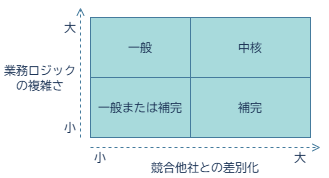
Before: documents/contents/images/app-architecture/overview/business-domain-categories-light.png, a diagram exported from draw.io (AlesInfiny/maris). Source tidied: cells renumbered, new cells last; positions are measured from the earlier drawing's top-left corner, leaving out a move shared by most shapes. Its diagram source:
```xml
<mxGraphModel>
  <root>
    <mxCell id="0" />
    <mxCell id="1" parent="0" />
    <mxCell id="2" style="endArrow=open;html=1;endFill=0;dashed=1;labelBackgroundColor=none;fontColor=default;strokeColor=#457B9D;" parent="1" edge="1">
      <mxGeometry relative="1" as="geometry">
        <mxPoint x="80" y="130" as="sourcePoint" />
        <mxPoint x="80" as="targetPoint" />
      </mxGeometry>
    </mxCell>
    <mxCell id="3" style="endArrow=open;html=1;endFill=0;dashed=1;labelBackgroundColor=none;fontColor=default;strokeColor=#457B9D;" parent="1" edge="1">
      <mxGeometry relative="1" as="geometry">
        <mxPoint x="90" y="140" as="sourcePoint" />
        <mxPoint x="320" y="140" as="targetPoint" />
      </mxGeometry>
    </mxCell>
    <mxCell id="4" value="一般または補完" style="rounded=0;whiteSpace=wrap;html=1;fontFamily=BIZ UDゴシック;labelBackgroundColor=none;fillColor=#A8DADC;strokeColor=#457B9D;fontColor=#1D3557;" parent="1" vertex="1">
      <mxGeometry x="90" y="70" width="100" height="60" as="geometry" />
    </mxCell>
    <mxCell id="5" value="一般" style="rounded=0;whiteSpace=wrap;html=1;fontFamily=BIZ UDゴシック;labelBackgroundColor=none;fillColor=#A8DADC;strokeColor=#457B9D;fontColor=#1D3557;" parent="1" vertex="1">
      <mxGeometry x="90" y="10" width="100" height="60" as="geometry" />
    </mxCell>
    <mxCell id="6" value="補完" style="rounded=0;whiteSpace=wrap;html=1;fontFamily=BIZ UDゴシック;labelBackgroundColor=none;fillColor=#A8DADC;strokeColor=#457B9D;fontColor=#1D3557;" parent="1" vertex="1">
      <mxGeometry x="190" y="70" width="120" height="60" as="geometry" />
    </mxCell>
    <mxCell id="7" value="中核" style="rounded=0;whiteSpace=wrap;html=1;fontFamily=BIZ UDゴシック;labelBackgroundColor=none;fillColor=#A8DADC;strokeColor=#457B9D;fontColor=#1D3557;" parent="1" vertex="1">
      <mxGeometry x="190" y="10" width="120" height="60" as="geometry" />
    </mxCell>
    <mxCell id="8" value="小" style="text;html=1;align=center;verticalAlign=middle;whiteSpace=wrap;rounded=0;fontFamily=BIZ UDゴシック;labelBackgroundColor=none;fontColor=#1D3557;" parent="1" vertex="1">
      <mxGeometry x="90" y="140" width="20" height="20" as="geometry" />
    </mxCell>
    <mxCell id="9" value="小" style="text;html=1;align=center;verticalAlign=middle;whiteSpace=wrap;rounded=0;fontFamily=BIZ UDゴシック;labelBackgroundColor=none;fontColor=#1D3557;" parent="1" vertex="1">
      <mxGeometry x="60" y="110" width="20" height="20" as="geometry" />
    </mxCell>
    <mxCell id="10" value="大" style="text;html=1;align=center;verticalAlign=middle;whiteSpace=wrap;rounded=0;fontFamily=BIZ UDゴシック;labelBackgroundColor=none;fontColor=#1D3557;" parent="1" vertex="1">
      <mxGeometry x="290" y="140" width="20" height="20" as="geometry" />
    </mxCell>
    <mxCell id="11" value="大" style="text;html=1;align=center;verticalAlign=middle;whiteSpace=wrap;rounded=0;fontFamily=BIZ UDゴシック;labelBackgroundColor=none;fontColor=#1D3557;" parent="1" vertex="1">
      <mxGeometry x="60" y="10" width="20" height="20" as="geometry" />
    </mxCell>
    <mxCell id="12" value="競合他社との差別化" style="text;html=1;align=center;verticalAlign=middle;whiteSpace=wrap;rounded=0;fontFamily=BIZ UDゴシック;labelBackgroundColor=none;fontColor=#1D3557;" parent="1" vertex="1">
      <mxGeometry x="140" y="150" width="130" height="20" as="geometry" />
    </mxCell>
    <mxCell id="13" value="業務ロジック&lt;div&gt;の複雑さ&lt;/div&gt;" style="text;html=1;align=center;verticalAlign=middle;whiteSpace=wrap;rounded=0;fontFamily=BIZ UDゴシック;labelBackgroundColor=none;fontColor=#1D3557;" parent="1" vertex="1">
      <mxGeometry y="50" width="80" height="40" as="geometry" />
    </mxCell>
  </root>
</mxGraphModel>
```
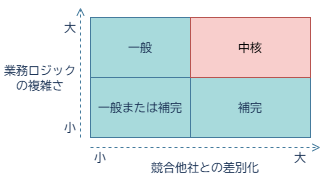
Above is the later version.

Diff of the diagram source:
```diff
@@ -23,7 +23,7 @@
     <mxCell id="6" value="補完" style="rounded=0;whiteSpace=wrap;html=1;fontFamily=BIZ UDゴシック;labelBackgroundColor=none;fillColor=#A8DADC;strokeColor=#457B9D;fontColor=#1D3557;" parent="1" vertex="1">
       <mxGeometry x="190" y="70" width="120" height="60" as="geometry" />
     </mxCell>
-    <mxCell id="7" value="中核" style="rounded=0;whiteSpace=wrap;html=1;fontFamily=BIZ UDゴシック;labelBackgroundColor=none;fillColor=#A8DADC;strokeColor=#457B9D;fontColor=#1D3557;" parent="1" vertex="1">
+    <mxCell id="7" value="中核" style="rounded=0;whiteSpace=wrap;html=1;fontFamily=BIZ UDゴシック;labelBackgroundColor=none;fillColor=#f8cecc;strokeColor=#b85450;" parent="1" vertex="1">
       <mxGeometry x="190" y="10" width="120" height="60" as="geometry" />
     </mxCell>
     <mxCell id="8" value="小" style="text;html=1;align=center;verticalAlign=middle;whiteSpace=wrap;rounded=0;fontFamily=BIZ UDゴシック;labelBackgroundColor=none;fontColor=#1D3557;" parent="1" vertex="1">
```
